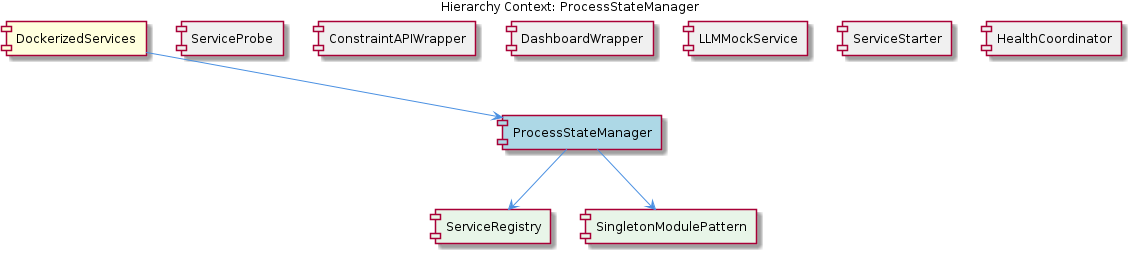
Earlier version of the PlantUML export knowledge-management/insights/images/process-state-manager-relationship.png (fwornle/coding). Its source is kept beside it as .data/knowledge-graph/insights/puml/process-state-manager-relationship.puml.
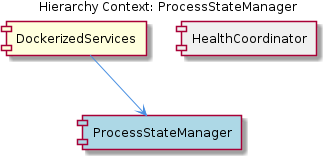
Later version of the same file.

What changed in the source:
```diff
@@ -5,23 +5,9 @@
 
 [DockerizedServices] as dockerized_services #FFFFDD
 [ProcessStateManager] as process_state_manager #LightBlue
-[ServiceProbe] as service_probe #F0F0F0
-[ConstraintAPIWrapper] as constraint_apiwrapper #F0F0F0
-[DashboardWrapper] as dashboard_wrapper #F0F0F0
-[LLMMockService] as llmmock_service #F0F0F0
-[ServiceStarter] as service_starter #F0F0F0
 [HealthCoordinator] as health_coordinator #F0F0F0
-[ServiceRegistry] as service_registry #E8F5E8
-[SingletonModulePattern] as singleton_module_pattern #E8F5E8
 
 dockerized_services --> process_state_manager
-service_probe -[hidden]- process_state_manager
-constraint_apiwrapper -[hidden]- process_state_manager
-dashboard_wrapper -[hidden]- process_state_manager
-llmmock_service -[hidden]- process_state_manager
-service_starter -[hidden]- process_state_manager
 health_coordinator -[hidden]- process_state_manager
-process_state_manager --> service_registry
-process_state_manager --> singleton_module_pattern
 
 @enduml
```
